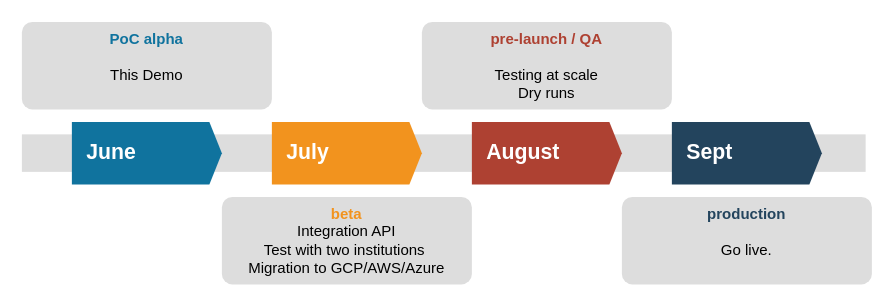
Before: page "roadmap" (4 of 5) of lectures/ai-systems/going-back-to-work/images/going-back-to-work.drawio in pantelis/aiml-common, a draw.io diagram. Source tidied: cells renumbered, new cells numbered last; positions are measured from the earlier drawing's top-left corner, leaving out a move shared by most shapes. Both pictures are drawn from the tidied source at 125%, with x=0, y=0 at pixel (21, 21).
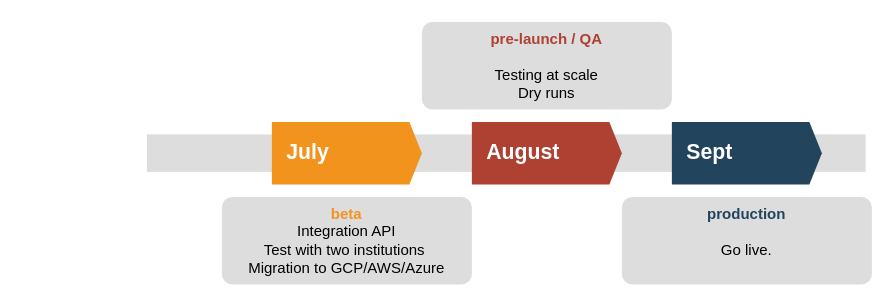
Above is the later version.

What changed in the source:
```diff
@@
 <mxGraphModel>
   <root>
     <mxCell id="0" />
     <mxCell id="1" parent="0" />
     <mxCell id="2" style="fillColor=#dddddd;rounded=0;strokeColor=none;fontColor=#FFFFFF;" parent="1" vertex="1">
-      <mxGeometry y="90" width="675" height="30" as="geometry" />
+      <mxGeometry x="100" y="90" width="575" height="30" as="geometry" />
     </mxCell>
-    <mxCell id="3" value="June" style="shape=mxgraph.infographic.ribbonSimple;notch1=0;notch2=10;notch=0;html=1;fillColor=#10739E;strokeColor=none;shadow=0;fontSize=17;fontColor=#FFFFFF;align=left;spacingLeft=10;fontStyle=1;" parent="1" vertex="1">
-      <mxGeometry x="40" y="80" width="120" height="50" as="geometry" />
-    </mxCell>
     <mxCell id="4" value="July" style="shape=mxgraph.infographic.ribbonSimple;notch1=0;notch2=10;notch=0;html=1;fillColor=#F2931E;strokeColor=none;shadow=0;fontSize=17;fontColor=#FFFFFF;align=left;spacingLeft=10;fontStyle=1;" parent="1" vertex="1">
       <mxGeometry x="200" y="80" width="120" height="50" as="geometry" />
     </mxCell>
     <mxCell id="5" value="August" style="shape=mxgraph.infographic.ribbonSimple;notch1=0;notch2=10;notch=0;html=1;fillColor=#AE4132;strokeColor=none;shadow=0;fontSize=17;fontColor=#FFFFFF;align=left;spacingLeft=10;fontStyle=1;" parent="1" vertex="1">
       <mxGeometry x="360" y="80" width="120" height="50" as="geometry" />
     </mxCell>
     <mxCell id="6" value="Sept" style="shape=mxgraph.infographic.ribbonSimple;notch1=0;notch2=10;notch=0;html=1;fillColor=#23445D;strokeColor=none;shadow=0;fontSize=17;fontColor=#FFFFFF;align=left;spacingLeft=10;fontStyle=1;" parent="1" vertex="1">
       <mxGeometry x="520" y="80" width="120" height="50" as="geometry" />
     </mxCell>
-    <mxCell id="7" value="&lt;font color=&quot;#10739e&quot;&gt;&lt;b&gt;PoC alpha&lt;br&gt;&lt;/b&gt;&lt;/font&gt;&lt;br&gt;This Demo" style="rounded=1;strokeColor=none;fillColor=#DDDDDD;align=center;arcSize=12;verticalAlign=top;whiteSpace=wrap;html=1;fontSize=12;" parent="1" vertex="1">
-      <mxGeometry width="200" height="70" as="geometry" />
-    </mxCell>
     <mxCell id="8" value="&lt;font style=&quot;font-size: 12px&quot;&gt;&lt;font color=&quot;#f2931e&quot; style=&quot;font-size: 12px&quot;&gt;&lt;b style=&quot;font-size: 12px&quot;&gt;beta&lt;/b&gt;&lt;/font&gt;&lt;br style=&quot;font-size: 12px&quot;&gt;&lt;font style=&quot;font-size: 12px&quot;&gt;Integration API &lt;br style=&quot;font-size: 12px&quot;&gt;Test with two institutions&amp;nbsp;&lt;br style=&quot;font-size: 12px&quot;&gt;Migration to GCP/AWS/Azure&lt;br style=&quot;font-size: 12px&quot;&gt;&lt;/font&gt;&lt;/font&gt;" style="rounded=1;strokeColor=none;fillColor=#DDDDDD;align=center;arcSize=12;verticalAlign=top;whiteSpace=wrap;html=1;fontSize=12;" parent="1" vertex="1">
       <mxGeometry x="160" y="140" width="200" height="70" as="geometry" />
     </mxCell>
     <mxCell id="9" value="&lt;font&gt;&lt;font color=&quot;#ae4132&quot;&gt;&lt;b&gt;pre-launch / QA&lt;br&gt;&lt;/b&gt;&lt;/font&gt;&lt;br&gt;Testing at scale&lt;br&gt;Dry runs&lt;br&gt;&lt;br&gt;&amp;nbsp;&lt;br&gt;&lt;/font&gt;" style="rounded=1;strokeColor=none;fillColor=#DDDDDD;align=center;arcSize=12;verticalAlign=top;whiteSpace=wrap;html=1;fontSize=12;" parent="1" vertex="1">
       <mxGeometry x="320" width="200" height="70" as="geometry" />
     </mxCell>
     <mxCell id="10" value="&lt;font&gt;&lt;font color=&quot;#23445d&quot;&gt;&lt;b&gt;production&lt;/b&gt;&lt;/font&gt;&lt;br&gt;&lt;br&gt;Go live.&lt;br&gt;&lt;/font&gt;" style="rounded=1;strokeColor=none;fillColor=#DDDDDD;align=center;arcSize=12;verticalAlign=top;whiteSpace=wrap;html=1;fontSize=12;" parent="1" vertex="1">
       <mxGeometry x="480" y="140" width="200" height="70" as="geometry" />
     </mxCell>
   </root>
 </mxGraphModel>
```
